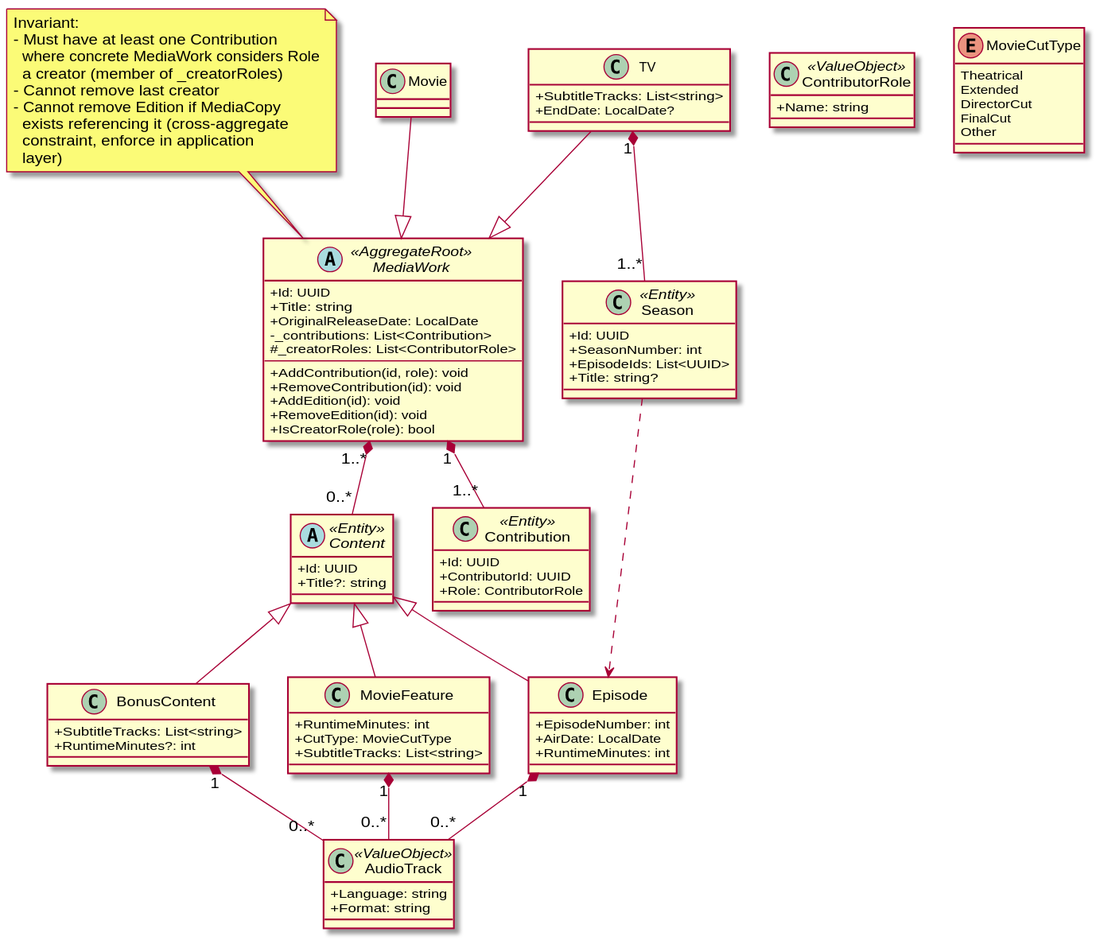
This is docs/diagrams/domain/domain-media-work.svg from yantue/colleq, a PlantUML export, as it was before one commit.
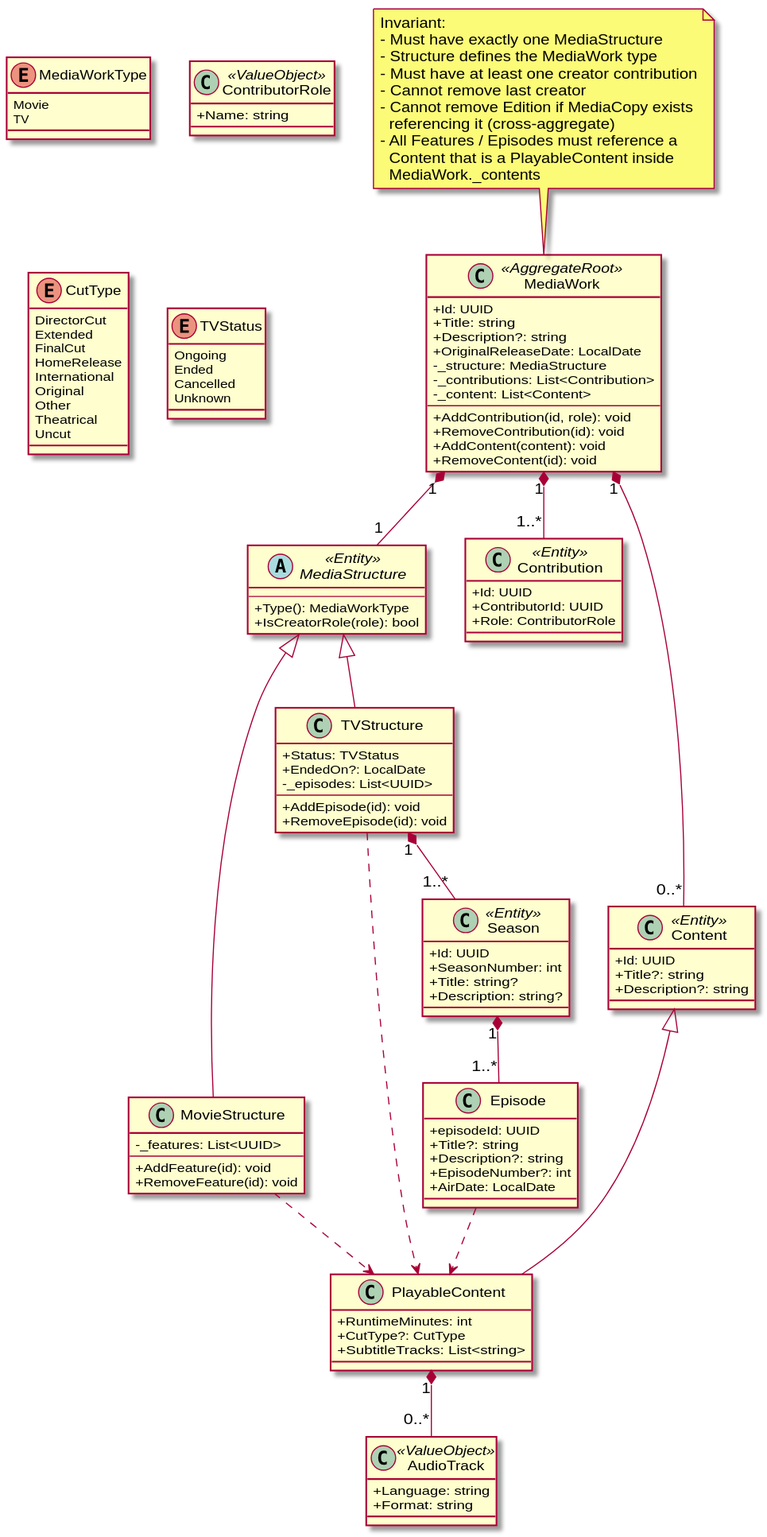
After the change.

The edit, as a diff of the source:
```diff
@@ -1,45 +1,46 @@
 @startuml
 skinparam classAttributeIconSize 0
 
-abstract class MediaWork <<AggregateRoot>> {
+class MediaWork <<AggregateRoot>> {
     +Id: UUID
     +Title: string
+    +Description?: string
     +OriginalReleaseDate: LocalDate
+    -_structure: MediaStructure
     -_contributions: List<Contribution>
-    #_creatorRoles: List<ContributorRole>
+    -_content: List<Content>
     --
     +AddContribution(id, role): void
     +RemoveContribution(id): void
-    +AddEdition(id): void
-    +RemoveEdition(id): void
-    +IsCreatorRole(role): bool
+    +AddContent(content): void
+    +RemoveContent(id): void
 }
 
 note top of MediaWork
 Invariant:
-- Must have at least one Contribution
-  where concrete MediaWork considers Role
-  a creator (member of _creatorRoles)
+- Must have exactly one MediaStructure
+- Structure defines the MediaWork type
+- Must have at least one creator contribution
 - Cannot remove last creator
-- Cannot remove Edition if MediaCopy
-  exists referencing it (cross-aggregate
-  constraint, enforce in application
-  layer)
+- Cannot remove Edition if MediaCopy exists
+  referencing it (cross-aggregate)
+- All Features / Episodes must reference a
+  Content that is a PlayableContent inside
+  MediaWork._contents
 end note
 
-abstract class Content <<Entity>> {
-    +Id: UUID
-    +Title?: string
+abstract class MediaStructure <<Entity>> {
+    --
+    +Type(): MediaWorkType
+    +IsCreatorRole(role): bool
 }
 
-MediaWork "1..*" *-- "0..*" Content
+MediaWork "1" *-- "1" MediaStructure
 
-class BonusContent {
-    +SubtitleTracks: List<string>
-    +RuntimeMinutes?: int
+enum MediaWorkType {
+    Movie
+    TV
 }
-
-Content <|-- BonusContent
 
 class Contribution <<Entity>> {
     +Id: UUID
@@ -53,58 +54,88 @@
 
 MediaWork "1" *-- "1..*" Contribution
 
-class Movie {}
+class Content <<Entity>> {
+    +Id: UUID
+    +Title?: string
+    +Description?: string
+}
 
-Movie --|> MediaWork
+MediaWork "1" *-- "0..*" Content
 
-class MovieFeature {
+class PlayableContent {
     +RuntimeMinutes: int
-    +CutType: MovieCutType
+    +CutType?: CutType
     +SubtitleTracks: List<string>
 }
 
-enum MovieCutType {
+enum CutType {
+    DirectorCut
+    Extended
+    FinalCut
+    HomeRelease
+    International
+    Original
+    Other
     Theatrical
-    Extended
-    DirectorCut
-    FinalCut
-    Other
+    Uncut
 }
 
-Content <|-- MovieFeature
-
-class TV {
-    +SubtitleTracks: List<string>
-    +EndDate: LocalDate?
-}
-
-TV --|> MediaWork
-
-class Season <<Entity>> {
-    +Id: UUID
-    +SeasonNumber: int
-    +EpisodeIds: List<UUID>
-    +Title: string?
-}
-
-class Episode {
-    +EpisodeNumber: int
-    +AirDate: LocalDate
-    +RuntimeMinutes: int
-}
-
-Content <|-- Episode
-Season ..> Episode
-
-TV "1" *-- "1..*" Season
+Content <|-- PlayableContent
 
 class AudioTrack <<ValueObject>> {
     +Language: string
     +Format: string
 }
 
-MovieFeature "1" *-- "0..*" AudioTrack
-Episode "1" *-- "0..*" AudioTrack
-BonusContent "1" *-- "0..*" AudioTrack
+PlayableContent "1" *-- "0..*" AudioTrack
+
+class MovieStructure {
+    -_features: List<UUID>
+    --
+    +AddFeature(id): void
+    +RemoveFeature(id): void
+}
+
+MediaStructure <|-- MovieStructure
+MovieStructure ..> PlayableContent
+
+class TVStructure {
+    +Status: TVStatus
+    +EndedOn?: LocalDate
+    -_episodes: List<UUID>
+    --
+    +AddEpisode(id): void
+    +RemoveEpisode(id): void
+}
+
+MediaStructure <|-- TVStructure
+TVStructure ..> PlayableContent
+
+enum TVStatus {
+    Ongoing
+    Ended
+    Cancelled
+    Unknown
+}
+
+class Season <<Entity>> {
+    +Id: UUID
+    +SeasonNumber: int
+    +Title: string?
+    +Description: string?
+}
+
+TVStructure "1" *-- "1..*" Season
+
+class Episode {
+    +episodeId: UUID
+    +Title?: string
+    +Description?: string
+    +EpisodeNumber?: int
+    +AirDate: LocalDate
+}
+
+Season "1" *-- "1..*" Episode
+Episode ..> PlayableContent
 
 @enduml
```
